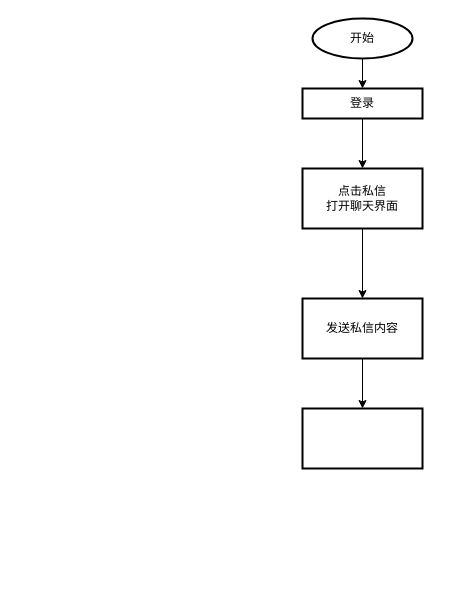
Before: friend_manage_flowchart.drawio in JohnnyLin12/GJR_BBS, a draw.io diagram. Source tidied: cells renumbered, new cells numbered last; positions are measured from the earlier drawing's top-left corner, leaving out a move shared by most shapes. Both pictures are drawn from the tidied source at 100%, with x=0, y=0 at pixel (302, 18).
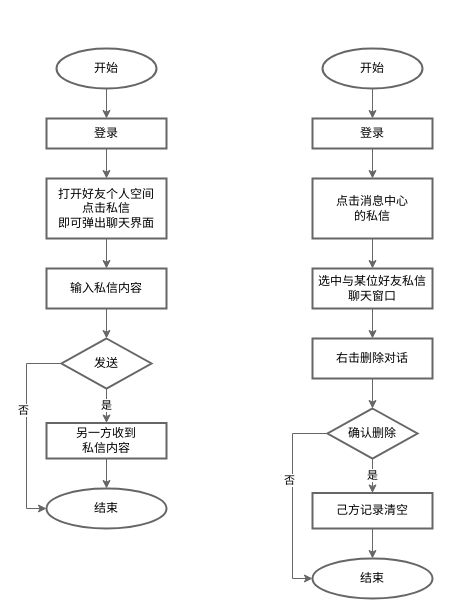
Above is the later version.

Change to the diagram source:
```diff
@@
-    <mxCell id="2" style="edgeStyle=orthogonalEdgeStyle;rounded=0;jettySize=auto;html=1;" parent="1" edge="1" source="3" target="5">
+    <mxCell id="2" style="edgeStyle=orthogonalEdgeStyle;rounded=0;jettySize=auto;html=1;strokeColor=#666666;" parent="1" edge="1" source="3" target="5">
       <mxGeometry relative="1" as="geometry" />
     </mxCell>
-    <mxCell id="3" value="开始" style="strokeWidth=2;html=1;shape=mxgraph.flowchart.start_1;whiteSpace=wrap;" parent="1" vertex="1">
-      <mxGeometry x="10" width="100" height="40" as="geometry" />
+    <mxCell id="3" value="开始" style="strokeWidth=2;html=1;shape=mxgraph.flowchart.start_1;whiteSpace=wrap;strokeColor=#666666;" parent="1" vertex="1">
+      <mxGeometry x="-246" y="30" width="100" height="40" as="geometry" />
     </mxCell>
-    <mxCell id="4" style="edgeStyle=orthogonalEdgeStyle;rounded=0;jettySize=auto;html=1;" parent="1" edge="1" source="5" target="7">
+    <mxCell id="4" style="edgeStyle=orthogonalEdgeStyle;rounded=0;jettySize=auto;html=1;strokeColor=#666666;" parent="1" edge="1" source="5" target="7">
       <mxGeometry relative="1" as="geometry" />
     </mxCell>
-    <mxCell id="5" value="登录" style="whiteSpace=wrap;html=1;strokeWidth=2;" parent="1" vertex="1">
-      <mxGeometry y="70" width="120" height="30" as="geometry" />
+    <mxCell id="5" value="登录" style="whiteSpace=wrap;html=1;strokeWidth=2;strokeColor=#666666;" parent="1" vertex="1">
+      <mxGeometry x="-256" y="100" width="120" height="30" as="geometry" />
     </mxCell>
-    <mxCell id="6" style="edgeStyle=orthogonalEdgeStyle;rounded=0;jettySize=auto;html=1;" parent="1" edge="1" source="7" target="9">
+    <mxCell id="6" style="edgeStyle=orthogonalEdgeStyle;rounded=0;jettySize=auto;html=1;strokeColor=#666666;" parent="1" edge="1" source="7" target="9">
       <mxGeometry relative="1" as="geometry" />
     </mxCell>
-    <mxCell id="7" value="点击私信&lt;br&gt;打开聊天界面" style="whiteSpace=wrap;html=1;strokeWidth=2;" parent="1" vertex="1">
-      <mxGeometry y="150" width="120" height="60" as="geometry" />
+    <mxCell id="7" value="打开好友个人空间&lt;br&gt;点击私信&lt;br&gt;即可弹出聊天界面" style="whiteSpace=wrap;html=1;strokeWidth=2;strokeColor=#666666;" parent="1" vertex="1">
+      <mxGeometry x="-256" y="160" width="120" height="60" as="geometry" />
     </mxCell>
-    <mxCell id="8" style="edgeStyle=orthogonalEdgeStyle;rounded=0;jettySize=auto;html=1;" parent="1" edge="1" source="9" target="10">
-      <mxGeometry relative="1" as="geometry" />
-    </mxCell>
+    <mxCell id="11" style="edgeStyle=orthogonalEdgeStyle;rounded=0;jettySize=auto;html=1;strokeColor=#666666;" parent="1" edge="1" source="9" target="15">
+      <mxGeometry relative="1" as="geometry" />
+    </mxCell>
-    <mxCell id="9" value="发送私信内容" style="whiteSpace=wrap;html=1;strokeWidth=2;" parent="1" vertex="1">
-      <mxGeometry y="280" width="120" height="60" as="geometry" />
+    <mxCell id="9" value="输入私信内容" style="whiteSpace=wrap;html=1;strokeWidth=2;strokeColor=#666666;" parent="1" vertex="1">
+      <mxGeometry x="-256" y="250" width="120" height="40" as="geometry" />
     </mxCell>
-    <mxCell id="10" style="whiteSpace=wrap;html=1;strokeWidth=2;" parent="1" vertex="1">
-      <mxGeometry y="390" width="120" height="60" as="geometry" />
-    </mxCell>
+    <mxCell id="12" value="是" style="edgeStyle=orthogonalEdgeStyle;rounded=0;jettySize=auto;html=1;strokeColor=#666666;" parent="1" edge="1" source="15" target="17">
+      <mxGeometry relative="1" as="geometry" />
+    </mxCell>
+    <mxCell id="13" style="edgeStyle=orthogonalEdgeStyle;rounded=0;jettySize=auto;html=1;entryX=0;entryY=0.5;entryDx=0;entryDy=0;strokeColor=#666666;" parent="1" edge="1" source="15" target="18">
+      <mxGeometry relative="1" as="geometry">
+        <Array as="points">
+          <mxPoint x="-276" y="345" />
+          <mxPoint x="-276" y="490" />
+        </Array>
+      </mxGeometry>
+    </mxCell>
+    <mxCell id="14" value="否" style="edgeLabel;html=1;align=center;verticalAlign=middle;strokeColor=#666666;" parent="13" vertex="1">
+      <mxGeometry x="-0.19" y="-4" relative="1" as="geometry" />
+    </mxCell>
+    <mxCell id="15" value="发送" style="rhombus;whiteSpace=wrap;html=1;strokeWidth=2;strokeColor=#666666;" parent="1" vertex="1">
+      <mxGeometry x="-241" y="320" width="90" height="50" as="geometry" />
+    </mxCell>
+    <mxCell id="16" style="edgeStyle=orthogonalEdgeStyle;rounded=0;jettySize=auto;html=1;strokeColor=#666666;" parent="1" edge="1" source="17" target="18">
+      <mxGeometry relative="1" as="geometry" />
+    </mxCell>
+    <mxCell id="17" value="另一方收到&lt;br&gt;私信内容" style="whiteSpace=wrap;html=1;strokeWidth=2;strokeColor=#666666;" parent="1" vertex="1">
+      <mxGeometry x="-256" y="404.5" width="120" height="35.5" as="geometry" />
+    </mxCell>
+    <mxCell id="18" value="结束" style="ellipse;whiteSpace=wrap;html=1;strokeWidth=2;strokeColor=#666666;" parent="1" vertex="1">
+      <mxGeometry x="-256" y="470" width="120" height="40" as="geometry" />
+    </mxCell>
+    <mxCell id="19" style="edgeStyle=orthogonalEdgeStyle;rounded=0;jettySize=auto;html=1;strokeColor=#666666;" parent="1" edge="1" source="20" target="22">
+      <mxGeometry relative="1" as="geometry" />
+    </mxCell>
+    <mxCell id="20" value="开始" style="strokeWidth=2;html=1;shape=mxgraph.flowchart.start_1;whiteSpace=wrap;strokeColor=#666666;" parent="1" vertex="1">
+      <mxGeometry x="20" y="30" width="100" height="40" as="geometry" />
+    </mxCell>
+    <mxCell id="21" style="edgeStyle=orthogonalEdgeStyle;rounded=0;jettySize=auto;html=1;strokeColor=#666666;" parent="1" edge="1" source="22" target="24">
+      <mxGeometry relative="1" as="geometry" />
+    </mxCell>
+    <mxCell id="22" value="登录" style="whiteSpace=wrap;html=1;strokeWidth=2;strokeColor=#666666;" parent="1" vertex="1">
+      <mxGeometry x="10" y="100" width="120" height="30" as="geometry" />
+    </mxCell>
+    <mxCell id="23" style="edgeStyle=orthogonalEdgeStyle;rounded=0;jettySize=auto;html=1;strokeColor=#666666;" parent="1" edge="1" source="24" target="26">
+      <mxGeometry relative="1" as="geometry" />
+    </mxCell>
+    <mxCell id="24" value="点击消息中心&lt;br&gt;的私信" style="whiteSpace=wrap;html=1;strokeWidth=2;strokeColor=#666666;" parent="1" vertex="1">
+      <mxGeometry x="10" y="160" width="120" height="60" as="geometry" />
+    </mxCell>
+    <mxCell id="25" style="edgeStyle=orthogonalEdgeStyle;rounded=0;jettySize=auto;html=1;strokeColor=#666666;" parent="1" edge="1" source="26" target="28">
+      <mxGeometry relative="1" as="geometry" />
+    </mxCell>
+    <mxCell id="26" value="选中与某位好友私信聊天窗口" style="whiteSpace=wrap;html=1;strokeWidth=2;strokeColor=#666666;" parent="1" vertex="1">
+      <mxGeometry x="10" y="250" width="120" height="40" as="geometry" />
+    </mxCell>
+    <mxCell id="27" style="edgeStyle=orthogonalEdgeStyle;rounded=0;jettySize=auto;html=1;strokeColor=#666666;" parent="1" edge="1" source="28" target="32">
+      <mxGeometry relative="1" as="geometry" />
+    </mxCell>
+    <mxCell id="28" value="右击删除对话" style="whiteSpace=wrap;html=1;strokeColor=#666666;strokeWidth=2;" parent="1" vertex="1">
+      <mxGeometry x="10" y="320" width="120" height="40" as="geometry" />
+    </mxCell>
+    <mxCell id="29" value="是" style="edgeStyle=orthogonalEdgeStyle;rounded=0;jettySize=auto;html=1;strokeColor=#666666;" parent="1" edge="1" source="32" target="34">
+      <mxGeometry relative="1" as="geometry" />
+    </mxCell>
+    <mxCell id="30" style="edgeStyle=orthogonalEdgeStyle;rounded=0;jettySize=auto;html=1;entryX=0;entryY=0.5;entryDx=0;entryDy=0;strokeColor=#666666;" parent="1" edge="1" source="32" target="35">
+      <mxGeometry relative="1" as="geometry">
+        <Array as="points">
+          <mxPoint x="-10" y="415" />
+          <mxPoint x="-10" y="560" />
+        </Array>
+      </mxGeometry>
+    </mxCell>
+    <mxCell id="31" value="否" style="edgeLabel;html=1;align=center;verticalAlign=middle;strokeColor=#666666;" parent="30" vertex="1">
+      <mxGeometry x="-0.19" y="-4" relative="1" as="geometry" />
+    </mxCell>
+    <mxCell id="32" value="确认删除" style="rhombus;whiteSpace=wrap;html=1;strokeWidth=2;strokeColor=#666666;" parent="1" vertex="1">
+      <mxGeometry x="25" y="390" width="90" height="50" as="geometry" />
+    </mxCell>
+    <mxCell id="33" style="edgeStyle=orthogonalEdgeStyle;rounded=0;jettySize=auto;html=1;strokeColor=#666666;" parent="1" edge="1" source="34" target="35">
+      <mxGeometry relative="1" as="geometry" />
+    </mxCell>
+    <mxCell id="34" value="己方记录清空" style="whiteSpace=wrap;html=1;strokeWidth=2;strokeColor=#666666;" parent="1" vertex="1">
+      <mxGeometry x="10" y="474.5" width="120" height="35.5" as="geometry" />
+    </mxCell>
+    <mxCell id="35" value="结束" style="ellipse;whiteSpace=wrap;html=1;strokeWidth=2;strokeColor=#666666;" parent="1" vertex="1">
+      <mxGeometry x="10" y="540" width="120" height="40" as="geometry" />
+    </mxCell>
```
